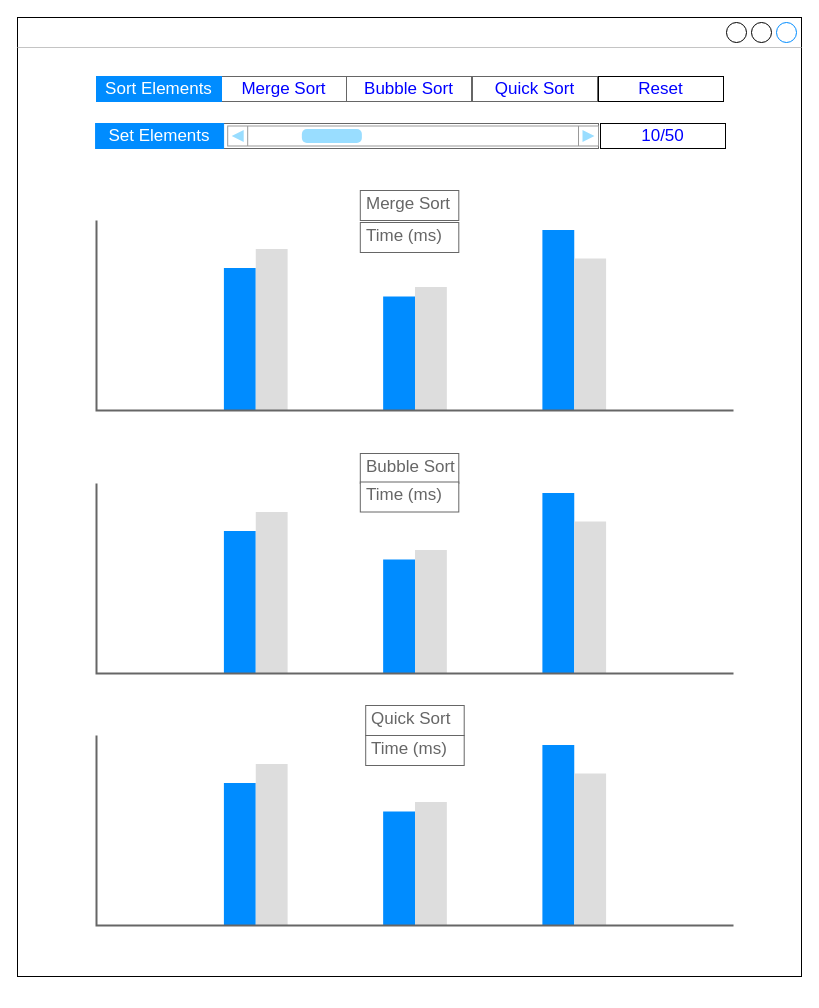
The draw.io diagram Untitled Diagram.drawio in andrewasaleh/Sorting-Algorithm, before the edit. Source tidied: cells renumbered, new cells numbered last; positions are measured from the earlier drawing's top-left corner, leaving out a move shared by most shapes. Both pictures are drawn from the tidied source at 100%, with x=0, y=0 at pixel (17, 17).
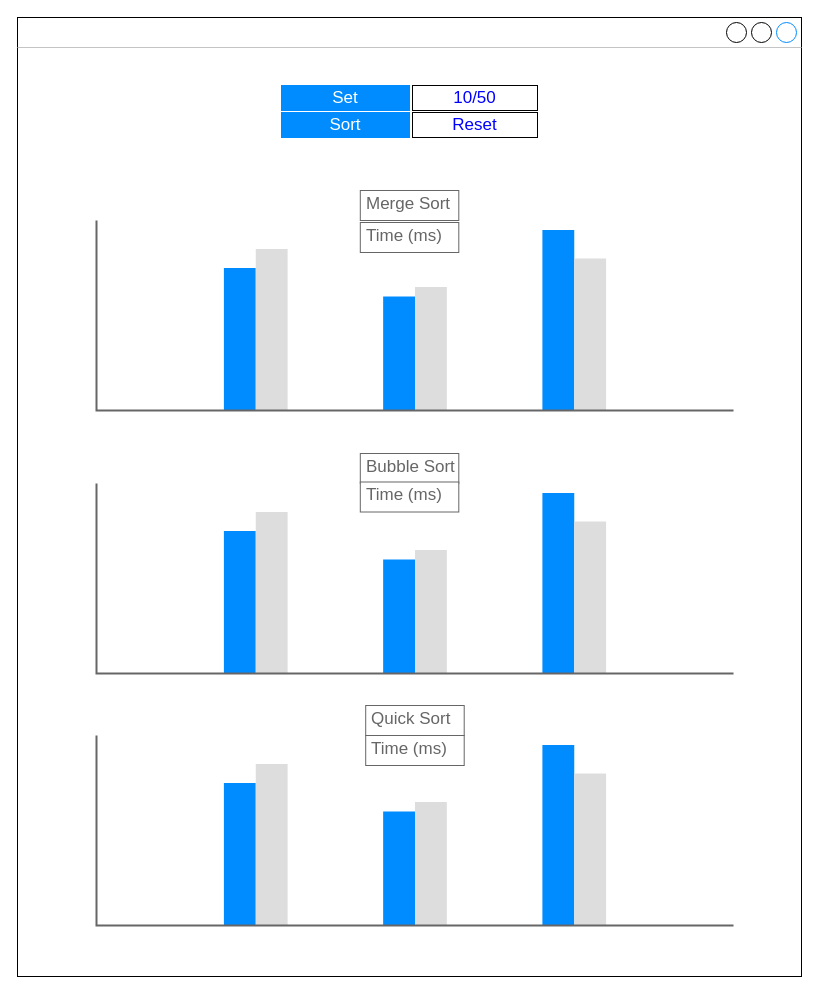
The same page after the edit.

Change to the diagram source:
```diff
@@
-    <mxCell id="3" value="&#10;&lt;span style=&quot;color: rgba(0, 0, 0, 0); font-family: monospace; font-size: 0px; font-style: normal; font-variant-ligatures: normal; font-variant-caps: normal; font-weight: 400; letter-spacing: normal; orphans: 2; text-align: start; text-indent: 0px; text-transform: none; widows: 2; word-spacing: 0px; -webkit-text-stroke-width: 0px; background-color: rgb(255, 255, 255); text-decoration-thickness: initial; text-decoration-style: initial; text-decoration-color: initial; float: none; display: inline !important;&quot;&gt;&amp;nbsp;&lt;/span&gt;&#10;&#10;" style="strokeWidth=1;shadow=0;dashed=0;align=center;html=1;shape=mxgraph.mockup.text.rrect;rSize=0;strokeColor=#666666;" parent="1" vertex="1">
-      <mxGeometry x="79" y="59" width="500" height="25" as="geometry" />
-    </mxCell>
-    <mxCell id="4" value="Merge Sort" style="strokeColor=inherit;fillColor=inherit;gradientColor=inherit;strokeWidth=1;shadow=0;dashed=0;align=center;html=1;shape=mxgraph.mockup.text.rrect;rSize=0;fontSize=17;fontColor=#0000ff;whiteSpace=wrap;" parent="3" vertex="1">
-      <mxGeometry x="125" width="125" height="25" as="geometry" />
-    </mxCell>
-    <mxCell id="5" value="Bubble Sort" style="strokeColor=inherit;fillColor=inherit;gradientColor=inherit;strokeWidth=1;shadow=0;dashed=0;align=center;html=1;shape=mxgraph.mockup.text.rrect;rSize=0;fontSize=17;fontColor=#0000ff;whiteSpace=wrap;" parent="3" vertex="1">
-      <mxGeometry x="250" width="125" height="25" as="geometry" />
-    </mxCell>
-    <mxCell id="6" value="Quick Sort" style="strokeColor=inherit;fillColor=inherit;gradientColor=inherit;strokeWidth=1;shadow=0;dashed=0;align=center;html=1;shape=mxgraph.mockup.text.rrect;rSize=0;fontSize=17;fontColor=#0000ff;whiteSpace=wrap;" parent="3" vertex="1">
-      <mxGeometry x="376" width="125" height="25" as="geometry" />
-    </mxCell>
-    <mxCell id="7" value="Sort Elements" style="strokeWidth=1;shadow=0;dashed=0;align=center;html=1;shape=mxgraph.mockup.text.rrect;rSize=0;fontSize=17;fontColor=#ffffff;fillColor=#008cff;strokeColor=#008cff;whiteSpace=wrap;" parent="3" vertex="1">
-      <mxGeometry width="125" height="25" as="geometry" />
-    </mxCell>
-    <mxCell id="8" style="strokeWidth=1;shadow=0;dashed=0;align=center;html=1;shape=mxgraph.mockup.text.rrect;rSize=0;strokeColor=#666666;" parent="1" vertex="1">
-      <mxGeometry x="118" y="106" width="463" height="25" as="geometry" />
-    </mxCell>
-    <mxCell id="9" value="Set Elements" style="strokeWidth=1;shadow=0;dashed=0;align=center;html=1;shape=mxgraph.mockup.text.rrect;rSize=0;fontSize=17;fontColor=#ffffff;fillColor=#008cff;strokeColor=#008cff;whiteSpace=wrap;" parent="8" vertex="1">
-      <mxGeometry x="-39.9" width="128" height="25" as="geometry" />
-    </mxCell>
-    <mxCell id="10" style="verticalLabelPosition=bottom;shadow=0;dashed=0;align=center;html=1;verticalAlign=top;strokeWidth=1;shape=mxgraph.mockup.navigation.scrollBar;strokeColor=#999999;barPos=20;fillColor2=#99ddff;strokeColor2=none;" parent="8" vertex="1">
-      <mxGeometry x="92.2" y="2.5" width="370.8" height="20" as="geometry" />
-    </mxCell>
     <mxCell id="11" value="Reset" style="strokeColor=inherit;fillColor=inherit;gradientColor=inherit;strokeWidth=1;shadow=0;dashed=0;align=center;html=1;shape=mxgraph.mockup.text.rrect;rSize=0;fontSize=17;fontColor=#0000ff;whiteSpace=wrap;" parent="1" vertex="1">
-      <mxGeometry x="581" y="59" width="125" height="25" as="geometry" />
+      <mxGeometry x="395" y="95" width="125" height="25" as="geometry" />
     </mxCell>
     <mxCell id="12" value="10/50" style="strokeColor=inherit;fillColor=inherit;gradientColor=inherit;strokeWidth=1;shadow=0;dashed=0;align=center;html=1;shape=mxgraph.mockup.text.rrect;rSize=0;fontSize=17;fontColor=#0000ff;whiteSpace=wrap;" parent="1" vertex="1">
-      <mxGeometry x="583" y="106" width="125" height="25" as="geometry" />
+      <mxGeometry x="395" y="68" width="125" height="25" as="geometry" />
     </mxCell>
@@
+    <mxCell id="22" value="Sort" style="strokeWidth=1;shadow=0;dashed=0;align=center;html=1;shape=mxgraph.mockup.text.rrect;rSize=0;fontSize=17;fontColor=#ffffff;fillColor=#008cff;strokeColor=#008cff;whiteSpace=wrap;" parent="1" vertex="1">
+      <mxGeometry x="264" y="95" width="128" height="25" as="geometry" />
+    </mxCell>
+    <mxCell id="23" value="Set" style="strokeWidth=1;shadow=0;dashed=0;align=center;html=1;shape=mxgraph.mockup.text.rrect;rSize=0;fontSize=17;fontColor=#ffffff;fillColor=#008cff;strokeColor=#008cff;whiteSpace=wrap;" parent="1" vertex="1">
+      <mxGeometry x="264" y="68" width="128" height="25" as="geometry" />
+    </mxCell>
```
